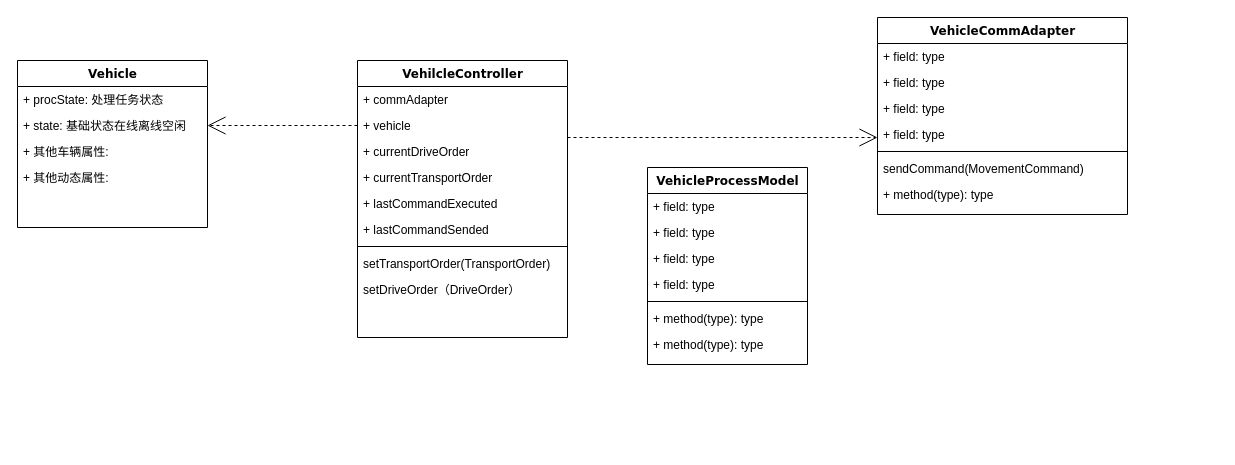
The draw.io diagram 架构/功能领域类.drawio in c825503724/fms, before the edit. Source tidied: cells renumbered, new cells numbered last; positions are measured from the earlier drawing's top-left corner, leaving out a move shared by most shapes. Both pictures are drawn from the tidied source at 100%, with x=0, y=0 at pixel (17, 17).
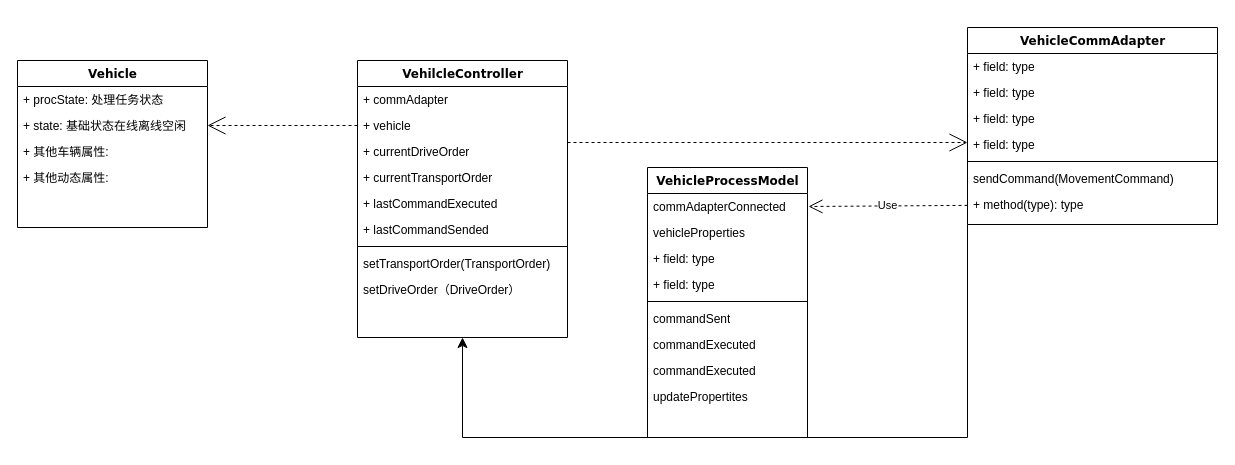
Above is the later version.

Commit message (it also covers changes not shown here):
更新功能领域类.drawio

The change refers to these unchanged cells:
```xml
<mxCell id="8" value="VehilcleController" style="swimlane;html=1;fontStyle=1;align=center;verticalAlign=top;horizontal=1;startSize=26;swimlaneFillColor=#ffffff;rounded=0;shadow=0;comic=0;labelBackgroundColor=none;strokeWidth=1;fillColor=none;fontFamily=Verdana;fontSize=12;" parent="1" vertex="1">
  <mxGeometry x="340" y="43" width="210" height="277" as="geometry" />
</mxCell>
<mxCell id="25" value="+ method(type): type" style="text;html=1;strokeColor=none;fillColor=none;align=left;verticalAlign=top;spacingLeft=4;spacingRight=4;whiteSpace=wrap;overflow=hidden;points=[[0,0.5],[1,0.5]];portConstraint=eastwest;" parent="18" vertex="1">
  <mxGeometry y="164" width="250" height="26" as="geometry" />
</mxCell>
```

What changed in the source:
```diff
@@
     <mxCell id="18" value="VehicleCommAdapter" style="swimlane;html=1;fontStyle=1;align=center;verticalAlign=top;horizontal=1;startSize=26;swimlaneFillColor=#ffffff;rounded=0;shadow=0;comic=0;labelBackgroundColor=none;strokeWidth=1;fillColor=none;fontFamily=Verdana;fontSize=12;" parent="1" vertex="1">
-      <mxGeometry x="860" width="250" height="197" as="geometry" />
+      <mxGeometry x="950" y="10" width="250" height="197" as="geometry" />
     </mxCell>
@@
     <mxCell id="26" value="VehicleProcessModel" style="swimlane;html=1;fontStyle=1;align=center;verticalAlign=top;horizontal=1;startSize=26;swimlaneFillColor=#ffffff;rounded=0;shadow=0;comic=0;labelBackgroundColor=none;strokeWidth=1;fillColor=none;fontFamily=Verdana;fontSize=12;" parent="1" vertex="1">
-      <mxGeometry x="630" y="150" width="160" height="197" as="geometry" />
+      <mxGeometry x="630" y="150" width="160" height="270" as="geometry" />
     </mxCell>
-    <mxCell id="27" value="+ field: type" style="text;html=1;strokeColor=none;fillColor=none;align=left;verticalAlign=top;spacingLeft=4;spacingRight=4;whiteSpace=wrap;overflow=hidden;" parent="26" vertex="1">
+    <mxCell id="27" value="commAdapterConnected" style="text;html=1;strokeColor=none;fillColor=none;align=left;verticalAlign=top;spacingLeft=4;spacingRight=4;whiteSpace=wrap;overflow=hidden;" parent="26" vertex="1">
       <mxGeometry y="26" width="160" height="26" as="geometry" />
     </mxCell>
-    <mxCell id="28" value="+ field: type" style="text;html=1;strokeColor=none;fillColor=none;align=left;verticalAlign=top;spacingLeft=4;spacingRight=4;whiteSpace=wrap;overflow=hidden;" parent="26" vertex="1">
+    <mxCell id="28" value="vehicleProperties" style="text;html=1;strokeColor=none;fillColor=none;align=left;verticalAlign=top;spacingLeft=4;spacingRight=4;whiteSpace=wrap;overflow=hidden;" parent="26" vertex="1">
       <mxGeometry y="52" width="160" height="26" as="geometry" />
     </mxCell>
@@
-    <mxCell id="32" value="+ method(type): type" style="text;html=1;strokeColor=none;fillColor=none;align=left;verticalAlign=top;spacingLeft=4;spacingRight=4;whiteSpace=wrap;overflow=hidden;" parent="26" vertex="1">
+    <mxCell id="32" value="commandSent" style="text;html=1;strokeColor=none;fillColor=none;align=left;verticalAlign=top;spacingLeft=4;spacingRight=4;whiteSpace=wrap;overflow=hidden;" parent="26" vertex="1">
       <mxGeometry y="138" width="160" height="26" as="geometry" />
     </mxCell>
+    <mxCell id="35" value="commandExecuted" style="text;html=1;strokeColor=none;fillColor=none;align=left;verticalAlign=top;spacingLeft=4;spacingRight=4;whiteSpace=wrap;overflow=hidden;" parent="26" vertex="1">
+      <mxGeometry y="164" width="160" height="26" as="geometry" />
+    </mxCell>
+    <mxCell id="36" value="commandExecuted" style="text;html=1;strokeColor=none;fillColor=none;align=left;verticalAlign=top;spacingLeft=4;spacingRight=4;whiteSpace=wrap;overflow=hidden;" parent="26" vertex="1">
+      <mxGeometry y="190" width="160" height="26" as="geometry" />
+    </mxCell>
-    <mxCell id="33" value="+ method(type): type" style="text;html=1;strokeColor=none;fillColor=none;align=left;verticalAlign=top;spacingLeft=4;spacingRight=4;whiteSpace=wrap;overflow=hidden;" parent="26" vertex="1">
-      <mxGeometry y="164" width="160" height="26" as="geometry" />
+    <mxCell id="33" value="updatePropertites" style="text;html=1;strokeColor=none;fillColor=none;align=left;verticalAlign=top;spacingLeft=4;spacingRight=4;whiteSpace=wrap;overflow=hidden;" parent="26" vertex="1">
+      <mxGeometry y="216" width="160" height="54" as="geometry" />
     </mxCell>
@@
+    <mxCell id="37" style="edgeStyle=elbowEdgeStyle;elbow=vertical;endArrow=classic;html=1;curved=0;rounded=0;endSize=8;startSize=8;exitX=0;exitY=1;exitDx=0;exitDy=0;entryX=0.5;entryY=1;entryDx=0;entryDy=0;" parent="1" edge="1" source="18" target="8">
+      <mxGeometry relative="1" as="geometry">
+        <Array as="points">
+          <mxPoint x="720" y="420" />
+          <mxPoint x="790" y="290" />
+        </Array>
+      </mxGeometry>
+    </mxCell>
+    <mxCell id="38" value="Use" style="endArrow=open;endSize=12;dashed=1;html=1;rounded=0;entryX=1;entryY=0.5;entryDx=0;entryDy=0;" parent="1" edge="1" source="25">
+      <mxGeometry relative="1" as="geometry">
+        <mxPoint x="791" y="189" as="targetPoint" />
+      </mxGeometry>
+    </mxCell>
```
